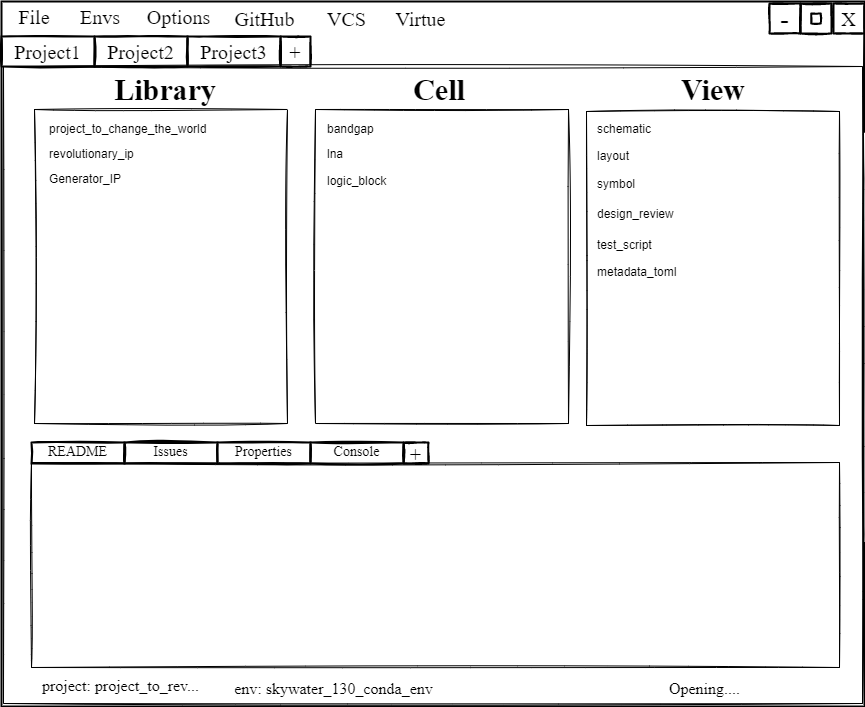
cascode-labs/viper keeps this draw.io diagram as docs/imgs/viper_project_manager_mockup.png. Above is the earlier version. Source tidied: cells renumbered, new cells last; positions are measured from the earlier drawing's top-left corner, leaving out a move shared by most shapes.
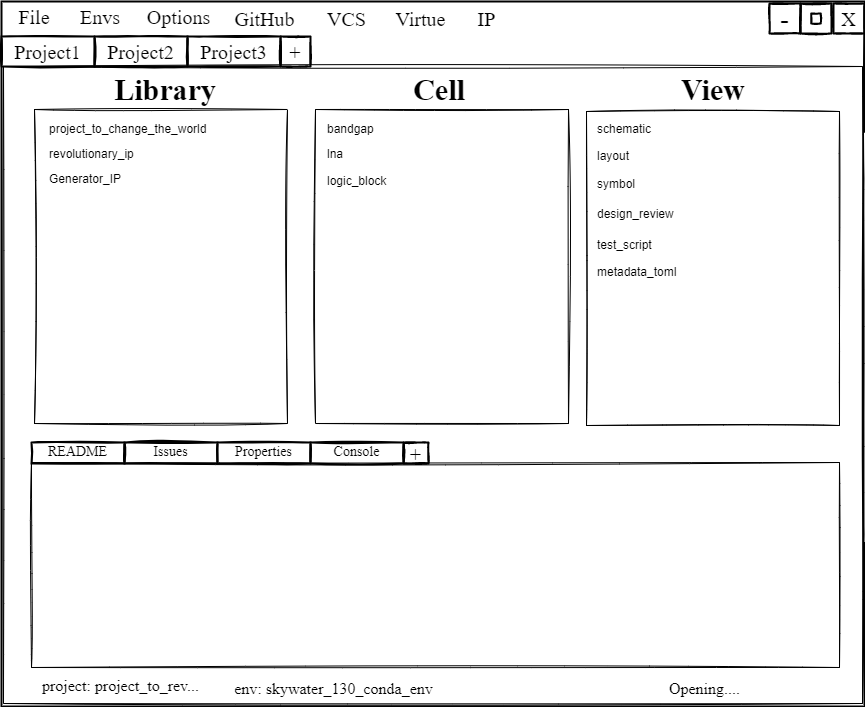
The same diagram one commit later.

Commit message:
Update the project management gui mockup

Change to the diagram source:
```diff
@@ -131,5 +131,8 @@
     <mxCell id="44" value="metadata_toml" style="text;html=1;strokeColor=none;fillColor=none;align=left;verticalAlign=middle;whiteSpace=wrap;rounded=0;" parent="1" vertex="1">
       <mxGeometry x="594" y="258" width="170.5" height="25" as="geometry" />
     </mxCell>
+    <mxCell id="45" value="IP" style="text;html=1;align=center;verticalAlign=middle;whiteSpace=wrap;rounded=0;sketch=1;hachureGap=4;fontFamily=Times New Roman;fontSize=20;strokeWidth=2;strokeColor=none;" parent="1" vertex="1">
+      <mxGeometry x="440" y="2" width="91" height="30" as="geometry" />
+    </mxCell>
   </root>
 </mxGraphModel>
```
